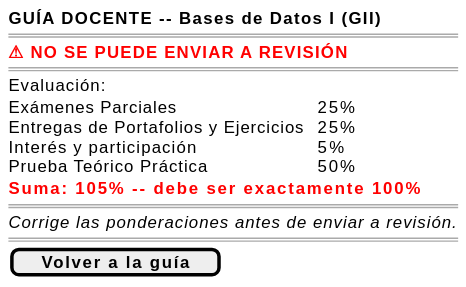
Earlier version of the PlantUML export images/RUP/01-requisitos/03-detalle-casos-uso/enviarGuiaARevision/wireframe-error.svg (mmasias/pyCeldaPublico).
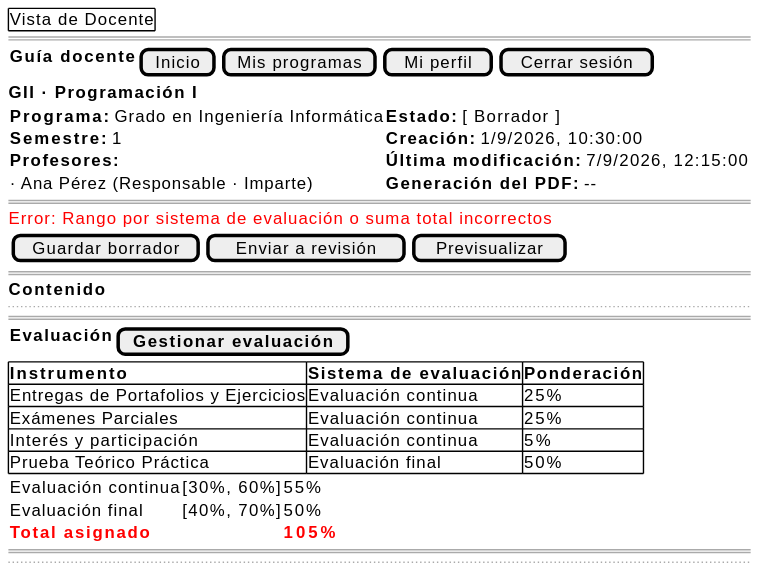
Above is the later version.

Change to the diagram source:
```diff
@@ -1,20 +1,36 @@
 @startsalt enviarGuiaARevision-wireframe-error
 {
-    <b>GUÍA DOCENTE -- Bases de Datos I (GII)</b>
+    {+ Vista de Docente }
     ====
-    <color:red><b>⚠ NO SE PUEDE ENVIAR A REVISIÓN</b></color>
+    {<b>Guía docente</b> | [Inicio] | [Mis programas] | [Mi perfil] | [Cerrar sesión]}
+    <b>GII · Programación I</b>
+    {
+        <b>Programa:</b> Grado en Ingeniería Informática | <b>Estado:</b> [ Borrador ]
+        <b>Semestre:</b> 1 | <b>Creación:</b> 1/9/2026, 10:30:00
+        <b>Profesores:</b> | <b>Última modificación:</b> 7/9/2026, 12:15:00
+        · Ana Pérez (Responsable · Imparte) | <b>Generación del PDF:</b> --
+    }
     ====
-    Evaluación:
-    {T
-        Exámenes Parciales | 25%
-        Entregas de Portafolios y Ejercicios | 25%
-        Interés y participación | 5%
-        Prueba Teórico Práctica | 50%
+    <color:red>Error: Rango por sistema de evaluación o suma total incorrectos</color>
+    {[Guardar borrador] | [Enviar a revisión] | [Previsualizar]}
+    ====
+    <b>Contenido</b>
+    ...
+    ====
+    {<b>Evaluación</b> | [<b>Gestionar evaluación</b>]}
+    {#
+        <b>Instrumento | <b>Sistema de evaluación | <b>Ponderación
+        Entregas de Portafolios y Ejercicios | Evaluación continua | 25%
+        Exámenes Parciales | Evaluación continua | 25%
+        Interés y participación | Evaluación continua | 5%
+        Prueba Teórico Práctica | Evaluación final | 50%
     }
-    <color:red><b>Suma: 105% -- debe ser exactamente 100%</b></color>
+    {
+        Evaluación continua | &#91;30%, 60%] | 55%
+        Evaluación final | &#91;40%, 70%] | 50%
+        <color:red><b>Total asignado</b></color> | . | <color:red><b>105%</b></color>
+    }
     ====
-    <i>Corrige las ponderaciones antes de enviar a revisión.</i>
-    ====
-    [ <b>Volver a la guía</b> ]
+    ...
 }
 @endsalt
```
